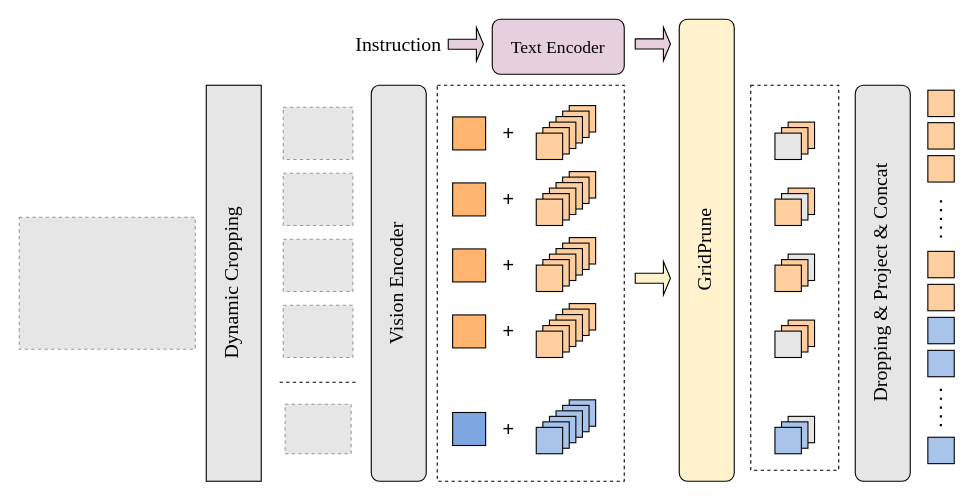
This is dyx论文.drawio from QianQian-L/test1, a draw.io file, before an edit. Source tidied: cells renumbered, new cells numbered last; positions are measured from the earlier drawing's top-left corner, leaving out a move shared by most shapes. Both pictures are drawn from the tidied source at 110%, with x=0, y=0 at pixel (19, 19). Pictures stored in the file or linked from it are replaced by grey dashed boxes.
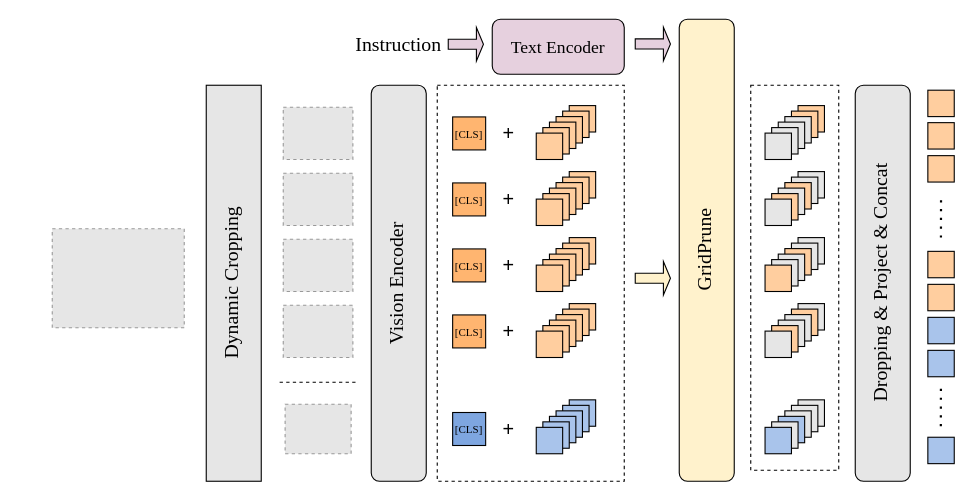
After the change.

Diff of the diagram source:
```diff
@@
     <mxCell id="2" style="fillColor=#E6E6E6;strokeColor=#999999;dashed=1;verticalLabelPosition=bottom;labelBackgroundColor=default;verticalAlign=top;" parent="1" vertex="1">
-      <mxGeometry y="180" width="160" height="120" as="geometry" />
+      <mxGeometry x="30" y="190.5" width="120" height="90" as="geometry" />
     </mxCell>
@@
-    <mxCell id="7" style="fillColor=#E6E6E6;strokeColor=#999999;dashed=1;verticalLabelPosition=bottom;labelBackgroundColor=default;verticalAlign=top;" parent="1" vertex="1">
-      <mxGeometry x="240" y="260" width="63.3" height="47.5" as="geometry" />
-    </mxCell>
@@
-    <mxCell id="12" style="rounded=0;whiteSpace=wrap;html=1;fillColor=#FFB570;" parent="1" vertex="1">
+    <mxCell id="12" value="&lt;font style=&quot;font-size: 10px;&quot; face=&quot;Times New Roman&quot;&gt;[CLS]&lt;/font&gt;" style="rounded=0;whiteSpace=wrap;html=1;fillColor=#FFB570;" parent="1" vertex="1">
       <mxGeometry x="394" y="88.8" width="30" height="30" as="geometry" />
     </mxCell>
-    <mxCell id="13" style="rounded=0;whiteSpace=wrap;html=1;fillColor=#FFB570;" parent="1" vertex="1">
+    <mxCell id="13" value="&lt;span style=&quot;font-family: &amp;quot;Times New Roman&amp;quot;; font-size: 10px;&quot;&gt;[CLS]&lt;/span&gt;" style="rounded=0;whiteSpace=wrap;html=1;fillColor=#FFB570;" parent="1" vertex="1">
       <mxGeometry x="394" y="268.8" width="30" height="30" as="geometry" />
     </mxCell>
-    <mxCell id="14" style="rounded=0;whiteSpace=wrap;html=1;fillColor=#FFB570;" parent="1" vertex="1">
+    <mxCell id="14" value="&lt;span style=&quot;font-family: &amp;quot;Times New Roman&amp;quot;; font-size: 10px;&quot;&gt;[CLS]&lt;/span&gt;" style="rounded=0;whiteSpace=wrap;html=1;fillColor=#FFB570;" parent="1" vertex="1">
       <mxGeometry x="394" y="208.8" width="30" height="30" as="geometry" />
     </mxCell>
-    <mxCell id="15" style="rounded=0;whiteSpace=wrap;html=1;fillColor=#FFB570;" parent="1" vertex="1">
+    <mxCell id="15" value="&lt;span style=&quot;font-family: &amp;quot;Times New Roman&amp;quot;; font-size: 10px;&quot;&gt;[CLS]&lt;/span&gt;" style="rounded=0;whiteSpace=wrap;html=1;fillColor=#FFB570;" parent="1" vertex="1">
       <mxGeometry x="394" y="148.8" width="30" height="30" as="geometry" />
     </mxCell>
-    <mxCell id="16" style="rounded=0;whiteSpace=wrap;html=1;fillColor=#7EA6E0;" parent="1" vertex="1">
+    <mxCell id="16" value="&lt;span style=&quot;font-family: &amp;quot;Times New Roman&amp;quot;; font-size: 10px;&quot;&gt;[CLS]&lt;/span&gt;" style="rounded=0;whiteSpace=wrap;html=1;fillColor=#7EA6E0;" parent="1" vertex="1">
       <mxGeometry x="394" y="357.5" width="30" height="30" as="geometry" />
     </mxCell>
@@
-    <mxCell id="59" style="rounded=0;whiteSpace=wrap;html=1;fillColor=#FFCE9F;" parent="1" vertex="1">
-      <mxGeometry x="699" y="93.5" width="24" height="24" as="geometry" />
-    </mxCell>
-    <mxCell id="60" style="rounded=0;whiteSpace=wrap;html=1;fillColor=#FFCE9F;" parent="1" vertex="1">
-      <mxGeometry x="693" y="98.5" width="24" height="24" as="geometry" />
-    </mxCell>
-    <mxCell id="61" style="rounded=0;whiteSpace=wrap;html=1;fillColor=#E6E6E6;" parent="1" vertex="1">
-      <mxGeometry x="687" y="103.5" width="24" height="24" as="geometry" />
-    </mxCell>
-    <mxCell id="62" style="rounded=0;whiteSpace=wrap;html=1;fillColor=#FFCE9F;" parent="1" vertex="1">
-      <mxGeometry x="699" y="153.5" width="24" height="24" as="geometry" />
-    </mxCell>
-    <mxCell id="63" style="rounded=0;whiteSpace=wrap;html=1;fillColor=#E6E6E6;" parent="1" vertex="1">
-      <mxGeometry x="693" y="158.5" width="24" height="24" as="geometry" />
-    </mxCell>
-    <mxCell id="64" style="rounded=0;whiteSpace=wrap;html=1;fillColor=#FFCE9F;" parent="1" vertex="1">
-      <mxGeometry x="687" y="163.5" width="24" height="24" as="geometry" />
-    </mxCell>
-    <mxCell id="65" style="rounded=0;whiteSpace=wrap;html=1;fillColor=#E6E6E6;" parent="1" vertex="1">
-      <mxGeometry x="699" y="213.5" width="24" height="24" as="geometry" />
-    </mxCell>
-    <mxCell id="66" style="rounded=0;whiteSpace=wrap;html=1;fillColor=#FFCE9F;" parent="1" vertex="1">
-      <mxGeometry x="693" y="218.5" width="24" height="24" as="geometry" />
-    </mxCell>
-    <mxCell id="67" style="rounded=0;whiteSpace=wrap;html=1;fillColor=#FFCE9F;" parent="1" vertex="1">
-      <mxGeometry x="687" y="223.5" width="24" height="24" as="geometry" />
-    </mxCell>
-    <mxCell id="68" style="rounded=0;whiteSpace=wrap;html=1;fillColor=#FFCE9F;" parent="1" vertex="1">
-      <mxGeometry x="699" y="273.5" width="24" height="24" as="geometry" />
-    </mxCell>
-    <mxCell id="69" style="rounded=0;whiteSpace=wrap;html=1;fillColor=#FFCE9F;" parent="1" vertex="1">
-      <mxGeometry x="693" y="278.5" width="24" height="24" as="geometry" />
-    </mxCell>
-    <mxCell id="70" style="rounded=0;whiteSpace=wrap;html=1;fillColor=#E6E6E6;" parent="1" vertex="1">
-      <mxGeometry x="687" y="283.5" width="24" height="24" as="geometry" />
-    </mxCell>
-    <mxCell id="71" style="rounded=0;whiteSpace=wrap;html=1;fillColor=#E6E6E6;" parent="1" vertex="1">
-      <mxGeometry x="699" y="361" width="24" height="24" as="geometry" />
-    </mxCell>
-    <mxCell id="72" style="rounded=0;whiteSpace=wrap;html=1;fillColor=#A9C4EB;" parent="1" vertex="1">
-      <mxGeometry x="693" y="366" width="24" height="24" as="geometry" />
-    </mxCell>
-    <mxCell id="73" style="rounded=0;whiteSpace=wrap;html=1;fillColor=#A9C4EB;" parent="1" vertex="1">
-      <mxGeometry x="687" y="371" width="24" height="24" as="geometry" />
-    </mxCell>
@@
+    <mxCell id="7" style="fillColor=#E6E6E6;strokeColor=#999999;dashed=1;verticalLabelPosition=bottom;labelBackgroundColor=default;verticalAlign=top;" parent="1" vertex="1">
+      <mxGeometry x="240" y="260" width="63.3" height="47.5" as="geometry" />
+    </mxCell>
+    <mxCell id="85" style="rounded=0;whiteSpace=wrap;html=1;fillColor=#E6E6E6;" parent="1" vertex="1">
+      <mxGeometry x="708" y="258.5" width="24" height="24" as="geometry" />
+    </mxCell>
+    <mxCell id="86" style="rounded=0;whiteSpace=wrap;html=1;fillColor=#FFCE9F;" parent="1" vertex="1">
+      <mxGeometry x="702" y="263.5" width="24" height="24" as="geometry" />
+    </mxCell>
+    <mxCell id="87" style="rounded=0;whiteSpace=wrap;html=1;fillColor=#E6E6E6;" parent="1" vertex="1">
+      <mxGeometry x="696" y="268.5" width="24" height="24" as="geometry" />
+    </mxCell>
+    <mxCell id="88" style="rounded=0;whiteSpace=wrap;html=1;fillColor=#E6E6E6;" parent="1" vertex="1">
+      <mxGeometry x="690" y="273.5" width="24" height="24" as="geometry" />
+    </mxCell>
+    <mxCell id="89" style="rounded=0;whiteSpace=wrap;html=1;fillColor=#FFCE9F;" parent="1" vertex="1">
+      <mxGeometry x="684" y="278.5" width="24" height="24" as="geometry" />
+    </mxCell>
+    <mxCell id="90" style="rounded=0;whiteSpace=wrap;html=1;fillColor=#E6E6E6;" parent="1" vertex="1">
+      <mxGeometry x="678" y="283.5" width="24" height="24" as="geometry" />
+    </mxCell>
+    <mxCell id="91" style="rounded=0;whiteSpace=wrap;html=1;fillColor=#E6E6E6;" parent="1" vertex="1">
+      <mxGeometry x="708" y="198.5" width="24" height="24" as="geometry" />
+    </mxCell>
+    <mxCell id="92" style="rounded=0;whiteSpace=wrap;html=1;fillColor=#E6E6E6;" parent="1" vertex="1">
+      <mxGeometry x="702" y="203.5" width="24" height="24" as="geometry" />
+    </mxCell>
+    <mxCell id="93" style="rounded=0;whiteSpace=wrap;html=1;fillColor=#FFCE9F;" parent="1" vertex="1">
+      <mxGeometry x="696" y="208.5" width="24" height="24" as="geometry" />
+    </mxCell>
+    <mxCell id="94" style="rounded=0;whiteSpace=wrap;html=1;fillColor=#E6E6E6;" parent="1" vertex="1">
+      <mxGeometry x="690" y="213.5" width="24" height="24" as="geometry" />
+    </mxCell>
+    <mxCell id="95" style="rounded=0;whiteSpace=wrap;html=1;fillColor=#E6E6E6;" parent="1" vertex="1">
+      <mxGeometry x="684" y="218.5" width="24" height="24" as="geometry" />
+    </mxCell>
+    <mxCell id="96" style="rounded=0;whiteSpace=wrap;html=1;fillColor=#FFCE9F;" parent="1" vertex="1">
+      <mxGeometry x="678" y="223.5" width="24" height="24" as="geometry" />
+    </mxCell>
+    <mxCell id="97" style="rounded=0;whiteSpace=wrap;html=1;fillColor=#E6E6E6;" parent="1" vertex="1">
+      <mxGeometry x="708" y="138.5" width="24" height="24" as="geometry" />
+    </mxCell>
+    <mxCell id="98" style="rounded=0;whiteSpace=wrap;html=1;fillColor=#E6E6E6;" parent="1" vertex="1">
+      <mxGeometry x="702" y="143.5" width="24" height="24" as="geometry" />
+    </mxCell>
+    <mxCell id="99" style="rounded=0;whiteSpace=wrap;html=1;fillColor=#FFCE9F;" parent="1" vertex="1">
+      <mxGeometry x="696" y="148.5" width="24" height="24" as="geometry" />
+    </mxCell>
+    <mxCell id="100" style="rounded=0;whiteSpace=wrap;html=1;fillColor=#E6E6E6;" parent="1" vertex="1">
+      <mxGeometry x="690" y="153.5" width="24" height="24" as="geometry" />
+    </mxCell>
+    <mxCell id="101" style="rounded=0;whiteSpace=wrap;html=1;fillColor=#FFCE9F;" parent="1" vertex="1">
+      <mxGeometry x="684" y="158.5" width="24" height="24" as="geometry" />
+    </mxCell>
+    <mxCell id="102" style="rounded=0;whiteSpace=wrap;html=1;fillColor=#E6E6E6;" parent="1" vertex="1">
+      <mxGeometry x="678" y="163.5" width="24" height="24" as="geometry" />
+    </mxCell>
+    <mxCell id="103" style="rounded=0;whiteSpace=wrap;html=1;fillColor=#FFCE9F;" parent="1" vertex="1">
+      <mxGeometry x="708" y="78.5" width="24" height="24" as="geometry" />
+    </mxCell>
+    <mxCell id="104" style="rounded=0;whiteSpace=wrap;html=1;fillColor=#FFCE9F;" parent="1" vertex="1">
+      <mxGeometry x="702" y="83.5" width="24" height="24" as="geometry" />
+    </mxCell>
+    <mxCell id="105" style="rounded=0;whiteSpace=wrap;html=1;fillColor=#E6E6E6;" parent="1" vertex="1">
+      <mxGeometry x="696" y="88.5" width="24" height="24" as="geometry" />
+    </mxCell>
+    <mxCell id="106" style="rounded=0;whiteSpace=wrap;html=1;fillColor=#E6E6E6;" parent="1" vertex="1">
+      <mxGeometry x="690" y="93.5" width="24" height="24" as="geometry" />
+    </mxCell>
+    <mxCell id="107" style="rounded=0;whiteSpace=wrap;html=1;fillColor=#E6E6E6;" parent="1" vertex="1">
+      <mxGeometry x="684" y="98.5" width="24" height="24" as="geometry" />
+    </mxCell>
+    <mxCell id="108" style="rounded=0;whiteSpace=wrap;html=1;fillColor=#E6E6E6;" parent="1" vertex="1">
+      <mxGeometry x="678" y="103.5" width="24" height="24" as="geometry" />
+    </mxCell>
+    <mxCell id="109" style="rounded=0;whiteSpace=wrap;html=1;fillColor=#E6E6E6;" parent="1" vertex="1">
+      <mxGeometry x="708" y="346" width="24" height="24" as="geometry" />
+    </mxCell>
+    <mxCell id="110" style="rounded=0;whiteSpace=wrap;html=1;fillColor=#E6E6E6;" parent="1" vertex="1">
+      <mxGeometry x="702" y="351" width="24" height="24" as="geometry" />
+    </mxCell>
+    <mxCell id="111" style="rounded=0;whiteSpace=wrap;html=1;fillColor=#E6E6E6;" parent="1" vertex="1">
+      <mxGeometry x="696" y="356" width="24" height="24" as="geometry" />
+    </mxCell>
+    <mxCell id="112" style="rounded=0;whiteSpace=wrap;html=1;fillColor=#A9C4EB;" parent="1" vertex="1">
+      <mxGeometry x="690" y="361" width="24" height="24" as="geometry" />
+    </mxCell>
+    <mxCell id="113" style="rounded=0;whiteSpace=wrap;html=1;fillColor=#E6E6E6;" parent="1" vertex="1">
+      <mxGeometry x="684" y="366" width="24" height="24" as="geometry" />
+    </mxCell>
+    <mxCell id="114" style="rounded=0;whiteSpace=wrap;html=1;fillColor=#A9C4EB;" parent="1" vertex="1">
+      <mxGeometry x="678" y="371" width="24" height="24" as="geometry" />
+    </mxCell>
```
